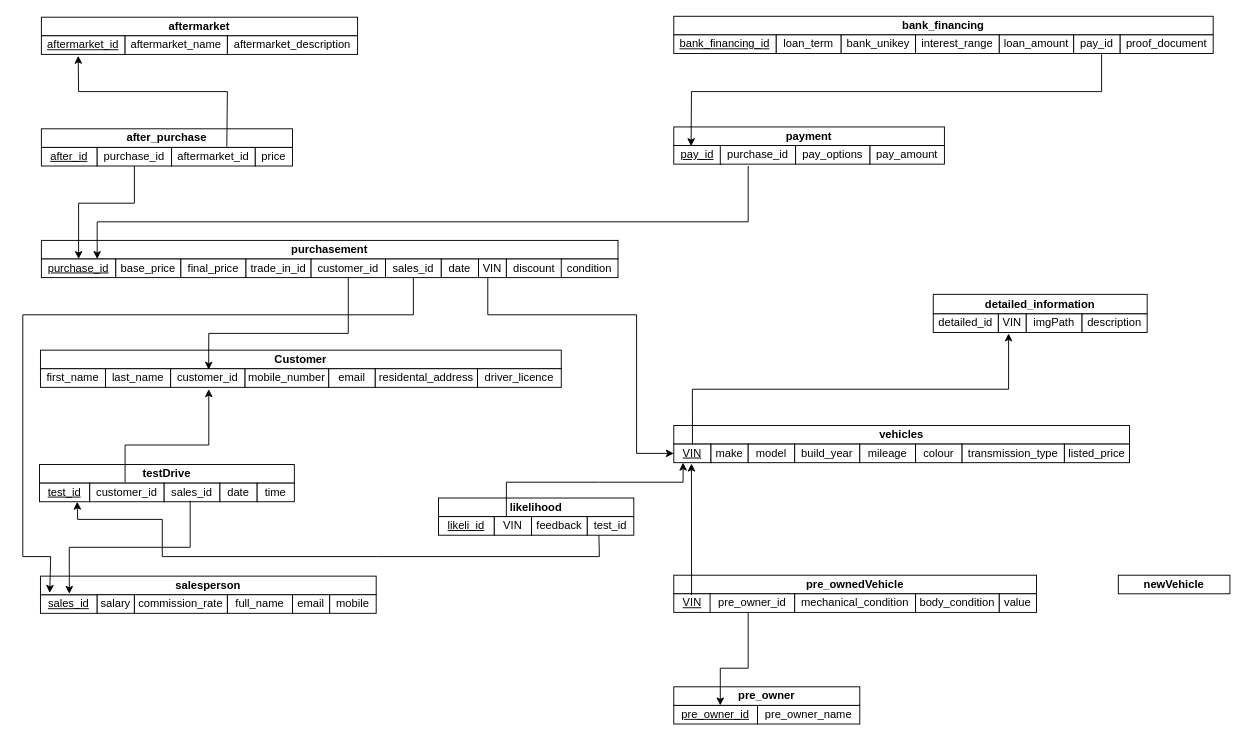
Above: 未命名绘图.drawio in Syrus-jpg/LeetCode (draw.io), before the change. Source tidied: cells renumbered, new cells numbered last; positions are measured from the earlier drawing's top-left corner, leaving out a move shared by most shapes. Both pictures are drawn from the tidied source at 93%, with x=0, y=0 at pixel (22, 16).
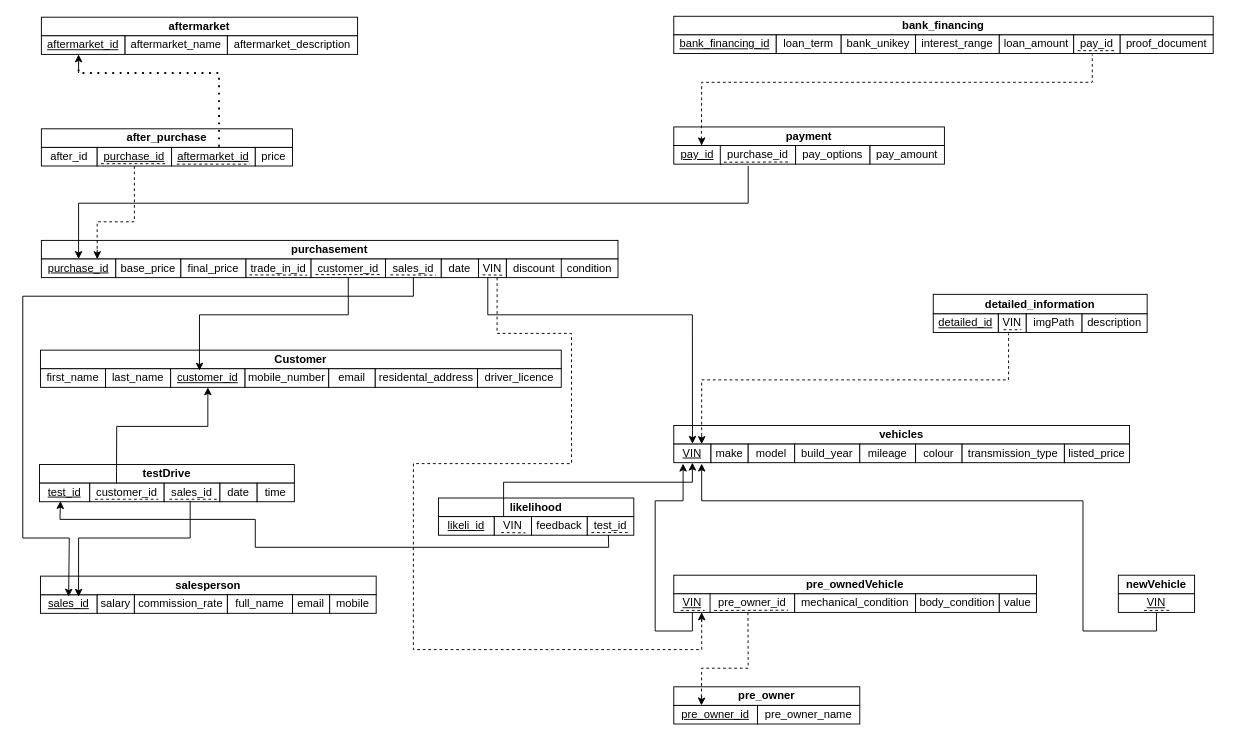
The same page after the edit.

Commit message (it also covers changes not shown here):
更新未命名绘图.drawio

The change refers to these unchanged cells:
```xml
<mxCell id="2" value="&lt;b&gt;Customer&lt;/b&gt;" style="rounded=0;whiteSpace=wrap;html=1;" parent="1" vertex="1">
<mxCell id="10" value="&lt;b&gt;testDrive&lt;/b&gt;" style="rounded=0;whiteSpace=wrap;html=1;" parent="1" vertex="1">
<mxCell id="11" value="&lt;u&gt;test_id&lt;/u&gt;" style="rounded=0;whiteSpace=wrap;html=1;" parent="1" vertex="1">
<mxCell id="12" value="customer_id" style="rounded=0;whiteSpace=wrap;html=1;" parent="1" vertex="1">
<mxCell id="13" value="sales_id" style="rounded=0;whiteSpace=wrap;html=1;" parent="1" vertex="1">
<mxCell id="16" value="&lt;u&gt;sales_id&lt;/u&gt;" style="rounded=0;whiteSpace=wrap;html=1;" parent="1" vertex="1">
<mxCell id="17" value="&lt;b&gt;salesperson&lt;/b&gt;" style="rounded=0;whiteSpace=wrap;html=1;" parent="1" vertex="1">
<mxCell id="25" value="VIN" style="rounded=0;whiteSpace=wrap;html=1;" parent="1" vertex="1">
<mxCell id="27" value="test_id" style="rounded=0;whiteSpace=wrap;html=1;" parent="1" vertex="1">
<mxCell id="28" value="&lt;b&gt;purchasement&lt;/b&gt;" style="rounded=0;whiteSpace=wrap;html=1;" parent="1" vertex="1">
<mxCell id="29" value="&lt;u&gt;purchase_id&lt;/u&gt;" style="rounded=0;whiteSpace=wrap;html=1;" parent="1" vertex="1">
<mxCell id="32" value="trade_in_id" style="rounded=0;whiteSpace=wrap;html=1;" parent="1" vertex="1">
<mxCell id="33" value="customer_id" style="rounded=0;whiteSpace=wrap;html=1;" parent="1" vertex="1">
<mxCell id="34" value="sales_id" style="rounded=0;whiteSpace=wrap;html=1;" parent="1" vertex="1">
<mxCell id="36" value="VIN" style="rounded=0;whiteSpace=wrap;html=1;" parent="1" vertex="1">
<mxCell id="45" value="&lt;u&gt;aftermarket_id&lt;/u&gt;" style="rounded=0;whiteSpace=wrap;html=1;" parent="1" vertex="1">
<mxCell id="48" value="&lt;b&gt;payment&lt;/b&gt;" style="rounded=0;whiteSpace=wrap;html=1;" parent="1" vertex="1">
<mxCell id="50" value="purchase_id" style="rounded=0;whiteSpace=wrap;html=1;" parent="1" vertex="1">
<mxCell id="53" value="&lt;b&gt;vehicles&lt;/b&gt;" style="rounded=0;whiteSpace=wrap;html=1;" parent="1" vertex="1">
<mxCell id="54" value="&lt;u&gt;VIN&lt;/u&gt;" style="rounded=0;whiteSpace=wrap;html=1;" parent="1" vertex="1">
<mxCell id="65" value="VIN" style="rounded=0;whiteSpace=wrap;html=1;" parent="1" vertex="1">
<mxCell id="73" value="pay_id" style="rounded=0;whiteSpace=wrap;html=1;" parent="1" vertex="1">
<mxCell id="76" value="&lt;b&gt;pre_ownedVehicle&lt;/b&gt;" style="rounded=0;whiteSpace=wrap;html=1;" parent="1" vertex="1">
<mxCell id="77" value="&lt;u&gt;VIN&lt;/u&gt;" style="rounded=0;whiteSpace=wrap;html=1;" parent="1" vertex="1">
<mxCell id="78" value="pre_owner_id" style="rounded=0;whiteSpace=wrap;html=1;" parent="1" vertex="1">
<mxCell id="82" value="&lt;b&gt;pre_owner&lt;/b&gt;" style="rounded=0;whiteSpace=wrap;html=1;" parent="1" vertex="1">
```

Diff of the diagram source:
```diff
@@
-    <mxCell id="5" value="customer_id" style="rounded=0;whiteSpace=wrap;html=1;" parent="1" vertex="1">
+    <mxCell id="5" value="&lt;u&gt;customer_id&lt;/u&gt;" style="rounded=0;whiteSpace=wrap;html=1;" parent="1" vertex="1">
       <mxGeometry x="159" y="379" width="80" height="20" as="geometry" />
     </mxCell>
@@
-    <mxCell id="40" value="&lt;u&gt;after_id&lt;/u&gt;" style="rounded=0;whiteSpace=wrap;html=1;" parent="1" vertex="1">
+    <mxCell id="40" value="after_id" style="rounded=0;whiteSpace=wrap;html=1;" parent="1" vertex="1">
       <mxGeometry x="20" y="141" width="60" height="20" as="geometry" />
     </mxCell>
-    <mxCell id="41" value="purchase_id" style="rounded=0;whiteSpace=wrap;html=1;" parent="1" vertex="1">
+    <mxCell id="41" value="&lt;u&gt;purchase_id&lt;/u&gt;" style="rounded=0;whiteSpace=wrap;html=1;" parent="1" vertex="1">
       <mxGeometry x="80" y="141" width="80" height="20" as="geometry" />
     </mxCell>
-    <mxCell id="42" value="aftermarket_id" style="rounded=0;whiteSpace=wrap;html=1;" parent="1" vertex="1">
+    <mxCell id="42" value="&lt;u&gt;aftermarket_id&lt;/u&gt;" style="rounded=0;whiteSpace=wrap;html=1;" parent="1" vertex="1">
       <mxGeometry x="160" y="141" width="90" height="20" as="geometry" />
     </mxCell>
@@
-    <mxCell id="64" value="detailed_id" style="rounded=0;whiteSpace=wrap;html=1;" parent="1" vertex="1">
+    <mxCell id="64" value="&lt;u&gt;detailed_id&lt;/u&gt;" style="rounded=0;whiteSpace=wrap;html=1;" parent="1" vertex="1">
       <mxGeometry x="979" y="320" width="70" height="20" as="geometry" />
     </mxCell>
@@
     <mxCell id="85" value="&lt;b&gt;newVehicle&lt;/b&gt;" style="rounded=0;whiteSpace=wrap;html=1;" parent="1" vertex="1">
-      <mxGeometry x="1178" y="601" width="120" height="20" as="geometry" />
+      <mxGeometry x="1178" y="601" width="82" height="20" as="geometry" />
     </mxCell>
-    <mxCell id="86" style="endArrow=classic;html=1;rounded=0;" parent="1" edge="1">
-      <mxGeometry relative="1" as="geometry">
-        <mxPoint x="110" y="501" as="sourcePoint" />
-        <mxPoint x="200" y="401" as="targetPoint" />
-        <Array as="points">
-          <mxPoint x="110" y="461" />
-          <mxPoint x="200" y="461" />
-        </Array>
-      </mxGeometry>
-    </mxCell>
-    <mxCell id="87" style="endArrow=classic;html=1;rounded=0;" parent="1" edge="1">
-      <mxGeometry relative="1" as="geometry">
-        <mxPoint x="180" y="521" as="sourcePoint" />
-        <mxPoint x="50" y="621" as="targetPoint" />
-        <Array as="points">
-          <mxPoint x="180" y="571" />
-          <mxPoint x="50" y="571" />
-        </Array>
-      </mxGeometry>
-    </mxCell>
+    <mxCell id="100" value="&lt;u&gt;VIN&lt;/u&gt;" style="rounded=0;whiteSpace=wrap;html=1;" parent="1" vertex="1">
+      <mxGeometry x="1178" y="621" width="82" height="20" as="geometry" />
+    </mxCell>
+    <mxCell id="101" style="endArrow=none;dashed=1;html=1;rounded=0;exitX=0.052;exitY=0.875;exitDx=0;exitDy=0;exitPerimeter=0;entryX=0.919;entryY=0.875;entryDx=0;entryDy=0;entryPerimeter=0;" parent="1" edge="1" source="41" target="41">
+      <mxGeometry relative="1" as="geometry" />
+    </mxCell>
+    <mxCell id="102" style="endArrow=none;dashed=1;html=1;rounded=0;exitX=0.049;exitY=0.896;exitDx=0;exitDy=0;exitPerimeter=0;entryX=0.921;entryY=0.881;entryDx=0;entryDy=0;entryPerimeter=0;" parent="1" edge="1" source="78" target="78">
+      <mxGeometry relative="1" as="geometry" />
+    </mxCell>
+    <mxCell id="103" style="endArrow=none;dashed=1;html=1;rounded=0;exitX=0.186;exitY=0.893;exitDx=0;exitDy=0;exitPerimeter=0;entryX=0.828;entryY=0.893;entryDx=0;entryDy=0;entryPerimeter=0;" parent="1" edge="1" source="77" target="77">
+      <mxGeometry relative="1" as="geometry" />
+    </mxCell>
+    <mxCell id="104" style="endArrow=none;dashed=1;html=1;rounded=0;entryX=0.674;entryY=0.886;entryDx=0;entryDy=0;entryPerimeter=0;exitX=0.338;exitY=0.9;exitDx=0;exitDy=0;exitPerimeter=0;" parent="1" edge="1" source="100" target="100">
+      <mxGeometry relative="1" as="geometry" />
+    </mxCell>
+    <mxCell id="105" style="endArrow=none;dashed=1;html=1;rounded=0;exitX=0.184;exitY=0.853;exitDx=0;exitDy=0;exitPerimeter=0;entryX=0.824;entryY=0.853;entryDx=0;entryDy=0;entryPerimeter=0;" parent="1" edge="1" source="65" target="65">
+      <mxGeometry relative="1" as="geometry" />
+    </mxCell>
+    <mxCell id="106" style="endArrow=none;dashed=1;html=1;rounded=0;exitX=0.059;exitY=0.838;exitDx=0;exitDy=0;exitPerimeter=0;entryX=0.922;entryY=0.838;entryDx=0;entryDy=0;entryPerimeter=0;" parent="1" edge="1" source="33" target="33">
+      <mxGeometry relative="1" as="geometry" />
+    </mxCell>
+    <mxCell id="107" style="endArrow=none;dashed=1;html=1;rounded=0;exitX=0.089;exitY=0.854;exitDx=0;exitDy=0;exitPerimeter=0;entryX=0.9;entryY=0.868;entryDx=0;entryDy=0;entryPerimeter=0;" parent="1" edge="1" source="34" target="34">
+      <mxGeometry relative="1" as="geometry" />
+    </mxCell>
+    <mxCell id="108" style="endArrow=none;dashed=1;html=1;rounded=0;exitX=0.148;exitY=0.854;exitDx=0;exitDy=0;exitPerimeter=0;entryX=0.854;entryY=0.868;entryDx=0;entryDy=0;entryPerimeter=0;" parent="1" edge="1" source="36" target="36">
+      <mxGeometry relative="1" as="geometry" />
+    </mxCell>
+    <mxCell id="109" style="endArrow=none;dashed=1;html=1;rounded=0;exitX=0.053;exitY=0.854;exitDx=0;exitDy=0;exitPerimeter=0;entryX=0.939;entryY=0.868;entryDx=0;entryDy=0;entryPerimeter=0;" parent="1" edge="1" source="32" target="32">
+      <mxGeometry relative="1" as="geometry" />
+    </mxCell>
+    <mxCell id="110" style="endArrow=none;dashed=1;html=1;rounded=0;exitX=0.048;exitY=0.895;exitDx=0;exitDy=0;exitPerimeter=0;entryX=0.92;entryY=0.884;entryDx=0;entryDy=0;entryPerimeter=0;" parent="1" edge="1" source="50" target="50">
+      <mxGeometry relative="1" as="geometry" />
+    </mxCell>
+    <mxCell id="111" style="endArrow=none;dashed=1;html=1;rounded=0;exitX=0.087;exitY=0.85;exitDx=0;exitDy=0;exitPerimeter=0;" parent="1" edge="1" source="73">
+      <mxGeometry relative="1" as="geometry">
+        <mxPoint x="1176" y="37" as="targetPoint" />
+      </mxGeometry>
+    </mxCell>
+    <mxCell id="112" style="endArrow=none;dashed=1;html=1;rounded=0;exitX=0.07;exitY=0.866;exitDx=0;exitDy=0;exitPerimeter=0;entryX=0.921;entryY=0.866;entryDx=0;entryDy=0;entryPerimeter=0;" parent="1" edge="1" source="12" target="12">
+      <mxGeometry relative="1" as="geometry" />
+    </mxCell>
+    <mxCell id="113" style="endArrow=none;dashed=1;html=1;rounded=0;exitX=0.093;exitY=0.866;exitDx=0;exitDy=0;exitPerimeter=0;entryX=0.948;entryY=0.866;entryDx=0;entryDy=0;entryPerimeter=0;" parent="1" edge="1" source="13" target="13">
+      <mxGeometry relative="1" as="geometry" />
+    </mxCell>
+    <mxCell id="114" style="endArrow=none;dashed=1;html=1;rounded=0;entryX=0.837;entryY=0.873;entryDx=0;entryDy=0;entryPerimeter=0;exitX=0.185;exitY=0.858;exitDx=0;exitDy=0;exitPerimeter=0;" parent="1" edge="1" source="25" target="25">
+      <mxGeometry relative="1" as="geometry" />
+    </mxCell>
+    <mxCell id="115" style="endArrow=none;dashed=1;html=1;rounded=0;exitX=0.089;exitY=0.856;exitDx=0;exitDy=0;exitPerimeter=0;entryX=0.908;entryY=0.856;entryDx=0;entryDy=0;entryPerimeter=0;" parent="1" edge="1" source="27" target="27">
+      <mxGeometry relative="1" as="geometry" />
+    </mxCell>
+    <mxCell id="116" style="endArrow=classic;html=1;rounded=0;exitX=0.5;exitY=1;exitDx=0;exitDy=0;" parent="1" edge="1" source="33">
+      <mxGeometry relative="1" as="geometry">
+        <mxPoint x="190" y="381" as="targetPoint" />
+        <Array as="points">
+          <mxPoint x="350" y="321" />
+          <mxPoint x="190" y="321" />
+        </Array>
+      </mxGeometry>
+    </mxCell>
+    <mxCell id="117" style="endArrow=classic;html=1;rounded=0;entryX=0.084;entryY=1.102;entryDx=0;entryDy=0;entryPerimeter=0;" parent="1" edge="1" target="17">
+      <mxGeometry relative="1" as="geometry">
+        <mxPoint x="420" y="281" as="sourcePoint" />
+        <Array as="points">
+          <mxPoint x="420" y="301" />
+          <mxPoint y="301" />
+          <mxPoint y="561" />
+          <mxPoint x="50" y="561" />
+        </Array>
+      </mxGeometry>
+    </mxCell>
+    <mxCell id="118" style="endArrow=classic;html=1;rounded=0;entryX=0.041;entryY=0.985;entryDx=0;entryDy=0;entryPerimeter=0;" parent="1" edge="1" target="53">
+      <mxGeometry relative="1" as="geometry">
+        <mxPoint x="500" y="281" as="sourcePoint" />
+        <Array as="points">
+          <mxPoint x="500" y="321" />
+          <mxPoint x="720" y="321" />
+        </Array>
+      </mxGeometry>
+    </mxCell>
+    <mxCell id="119" style="endArrow=classic;html=1;rounded=0;" parent="1" edge="1">
+      <mxGeometry relative="1" as="geometry">
+        <mxPoint x="780" y="161" as="sourcePoint" />
+        <mxPoint x="60" y="261" as="targetPoint" />
+        <Array as="points">
+          <mxPoint x="780" y="201" />
+          <mxPoint x="60" y="201" />
+        </Array>
+      </mxGeometry>
+    </mxCell>
+    <mxCell id="120" style="endArrow=classic;html=1;rounded=0;exitX=0.302;exitY=1.015;exitDx=0;exitDy=0;exitPerimeter=0;entryX=0.5;entryY=1;entryDx=0;entryDy=0;" parent="1" edge="1" source="10" target="5">
+      <mxGeometry relative="1" as="geometry">
+        <Array as="points">
+          <mxPoint x="101" y="441" />
+          <mxPoint x="199" y="441" />
+        </Array>
+      </mxGeometry>
+    </mxCell>
+    <mxCell id="121" style="endArrow=classic;html=1;rounded=0;entryX=0.672;entryY=0.109;entryDx=0;entryDy=0;entryPerimeter=0;" parent="1" edge="1" target="16">
+      <mxGeometry relative="1" as="geometry">
+        <mxPoint x="180" y="521" as="sourcePoint" />
+        <Array as="points">
+          <mxPoint x="180" y="561" />
+          <mxPoint x="60" y="561" />
+        </Array>
+      </mxGeometry>
+    </mxCell>
-    <mxCell id="88" style="endArrow=classic;html=1;rounded=0;exitX=0.25;exitY=1;exitDx=0;exitDy=0;entryX=0.75;entryY=1;entryDx=0;entryDy=0;" parent="1" edge="1" source="27" target="11">
+    <mxCell id="88" style="endArrow=classic;html=1;rounded=0;entryX=0.417;entryY=0.963;entryDx=0;entryDy=0;entryPerimeter=0;exitX=0.454;exitY=0.991;exitDx=0;exitDy=0;exitPerimeter=0;" parent="1" edge="1" source="27" target="11">
       <mxGeometry relative="1" as="geometry">
         <Array as="points">
-          <mxPoint x="620" y="581" />
-          <mxPoint x="380" y="581" />
-          <mxPoint x="150" y="581" />
-          <mxPoint x="150" y="541" />
-          <mxPoint x="59" y="541" />
+          <mxPoint x="630" y="571" />
+          <mxPoint x="250" y="571" />
+          <mxPoint x="250" y="541" />
+          <mxPoint x="40" y="541" />
         </Array>
       </mxGeometry>
     </mxCell>
-    <mxCell id="89" style="endArrow=classic;html=1;rounded=0;exitX=0.5;exitY=0;exitDx=0;exitDy=0;entryX=0.25;entryY=1;entryDx=0;entryDy=0;" parent="1" edge="1" target="54">
-      <mxGeometry relative="1" as="geometry">
-        <mxPoint x="520" y="538" as="sourcePoint" />
-        <Array as="points">
-          <mxPoint x="520" y="501" />
-          <mxPoint x="620" y="501" />
-          <mxPoint x="710" y="501" />
-        </Array>
-      </mxGeometry>
-    </mxCell>
-    <mxCell id="90" style="endArrow=classic;html=1;rounded=0;exitX=0.041;exitY=1.027;exitDx=0;exitDy=0;exitPerimeter=0;" parent="1" edge="1" source="53">
-      <mxGeometry relative="1" as="geometry">
-        <mxPoint x="1060" y="341" as="targetPoint" />
-        <Array as="points">
-          <mxPoint x="720" y="401" />
-          <mxPoint x="1060" y="401" />
-        </Array>
-      </mxGeometry>
-    </mxCell>
-    <mxCell id="91" style="endArrow=classic;html=1;rounded=0;exitX=0.049;exitY=1.068;exitDx=0;exitDy=0;exitPerimeter=0;" parent="1" edge="1" source="76">
-      <mxGeometry relative="1" as="geometry">
-        <mxPoint x="719" y="481" as="targetPoint" />
-      </mxGeometry>
-    </mxCell>
-    <mxCell id="92" style="endArrow=classic;html=1;rounded=0;entryX=0.25;entryY=1;entryDx=0;entryDy=0;" parent="1" edge="1" target="82">
-      <mxGeometry relative="1" as="geometry">
-        <mxPoint x="780" y="641" as="sourcePoint" />
-        <Array as="points">
-          <mxPoint x="780" y="701" />
-          <mxPoint x="750" y="701" />
-        </Array>
-      </mxGeometry>
-    </mxCell>
-    <mxCell id="93" style="endArrow=classic;html=1;rounded=0;exitX=0.5;exitY=1;exitDx=0;exitDy=0;entryX=0.323;entryY=1.05;entryDx=0;entryDy=0;entryPerimeter=0;" parent="1" edge="1" source="33" target="2">
-      <mxGeometry relative="1" as="geometry">
-        <Array as="points">
-          <mxPoint x="350" y="341" />
-          <mxPoint x="200" y="341" />
-        </Array>
-      </mxGeometry>
-    </mxCell>
-    <mxCell id="94" style="endArrow=classic;html=1;rounded=0;exitX=0.5;exitY=1;exitDx=0;exitDy=0;" parent="1" edge="1" source="34">
-      <mxGeometry relative="1" as="geometry">
-        <mxPoint x="29" y="620" as="targetPoint" />
-        <Array as="points">
-          <mxPoint x="420" y="321" />
-          <mxPoint y="321" />
-          <mxPoint y="581" />
-          <mxPoint x="30" y="581" />
-        </Array>
-      </mxGeometry>
-    </mxCell>
-    <mxCell id="95" style="endArrow=classic;html=1;rounded=0;entryX=0;entryY=0.5;entryDx=0;entryDy=0;" parent="1" edge="1" target="54">
-      <mxGeometry relative="1" as="geometry">
-        <mxPoint x="500" y="281" as="sourcePoint" />
-        <Array as="points">
-          <mxPoint x="500" y="321" />
-          <mxPoint x="660" y="321" />
-          <mxPoint x="660" y="470" />
-        </Array>
-      </mxGeometry>
-    </mxCell>
-    <mxCell id="96" style="endArrow=classic;html=1;rounded=0;exitX=0.5;exitY=1;exitDx=0;exitDy=0;" parent="1" edge="1" source="41">
-      <mxGeometry relative="1" as="geometry">
-        <mxPoint x="60" y="261" as="targetPoint" />
-        <Array as="points">
-          <mxPoint x="120" y="201" />
-          <mxPoint x="60" y="201" />
-        </Array>
-      </mxGeometry>
-    </mxCell>
-    <mxCell id="97" style="endArrow=classic;html=1;rounded=0;exitX=0.66;exitY=-0.043;exitDx=0;exitDy=0;exitPerimeter=0;entryX=0.44;entryY=1.076;entryDx=0;entryDy=0;entryPerimeter=0;" parent="1" edge="1" source="42" target="45">
-      <mxGeometry relative="1" as="geometry">
-        <Array as="points">
-          <mxPoint x="220" y="81" />
-          <mxPoint x="60" y="81" />
-        </Array>
-      </mxGeometry>
-    </mxCell>
-    <mxCell id="98" style="endArrow=classic;html=1;rounded=0;entryX=0.75;entryY=0;entryDx=0;entryDy=0;" parent="1" edge="1" target="29">
-      <mxGeometry relative="1" as="geometry">
-        <mxPoint x="780" y="161" as="sourcePoint" />
-        <Array as="points">
-          <mxPoint x="780" y="221" />
-          <mxPoint x="80" y="221" />
-        </Array>
-      </mxGeometry>
-    </mxCell>
-    <mxCell id="99" style="endArrow=classic;html=1;rounded=0;entryX=0.064;entryY=1.032;entryDx=0;entryDy=0;entryPerimeter=0;" parent="1" edge="1" target="48">
-      <mxGeometry relative="1" as="geometry">
-        <mxPoint x="1160" y="41" as="sourcePoint" />
-        <Array as="points">
-          <mxPoint x="1160" y="81" />
-          <mxPoint x="719" y="81" />
-        </Array>
-      </mxGeometry>
-    </mxCell>
+    <mxCell id="122" style="endArrow=classic;html=1;rounded=0;exitX=0.25;exitY=0;exitDx=0;exitDy=0;entryX=0.5;entryY=1;entryDx=0;entryDy=0;" parent="1" edge="1" source="25" target="54">
+      <mxGeometry relative="1" as="geometry">
+        <Array as="points">
+          <mxPoint x="517" y="501" />
+          <mxPoint x="720" y="501" />
+        </Array>
+      </mxGeometry>
+    </mxCell>
+    <mxCell id="123" style="endArrow=classic;html=1;rounded=0;exitX=0.5;exitY=1;exitDx=0;exitDy=0;" parent="1" edge="1" source="100">
+      <mxGeometry relative="1" as="geometry">
+        <mxPoint x="730" y="481" as="targetPoint" />
+        <Array as="points">
+          <mxPoint x="1219" y="661" />
+          <mxPoint x="1140" y="661" />
+          <mxPoint x="1140" y="521" />
+          <mxPoint x="730" y="521" />
+        </Array>
+      </mxGeometry>
+    </mxCell>
+    <mxCell id="124" style="endArrow=classic;html=1;rounded=0;exitX=0.5;exitY=1;exitDx=0;exitDy=0;" parent="1" edge="1" source="77">
+      <mxGeometry relative="1" as="geometry">
+        <mxPoint x="710" y="481" as="targetPoint" />
+        <Array as="points">
+          <mxPoint x="720" y="661" />
+          <mxPoint x="680" y="661" />
+          <mxPoint x="680" y="521" />
+          <mxPoint x="710" y="521" />
+        </Array>
+      </mxGeometry>
+    </mxCell>
+    <mxCell id="125" style="endArrow=none;dashed=1;html=1;rounded=0;" parent="1" edge="1">
+      <mxGeometry relative="1" as="geometry">
+        <mxPoint x="510" y="281" as="sourcePoint" />
+        <mxPoint x="730" y="641" as="targetPoint" />
+        <Array as="points">
+          <mxPoint x="510" y="341" />
+          <mxPoint x="590" y="341" />
+          <mxPoint x="590" y="481" />
+          <mxPoint x="510" y="481" />
+          <mxPoint x="420" y="481" />
+          <mxPoint x="420" y="681" />
+          <mxPoint x="730" y="681" />
+        </Array>
+      </mxGeometry>
+    </mxCell>
+    <mxCell id="126" style="endArrow=classic;html=1;rounded=0;" parent="1" edge="1">
+      <mxGeometry relative="1" as="geometry">
+        <mxPoint x="730" y="651" as="sourcePoint" />
+        <mxPoint x="730" y="641" as="targetPoint" />
+      </mxGeometry>
+    </mxCell>
+    <mxCell id="127" style="endArrow=none;dashed=1;html=1;rounded=0;" parent="1" edge="1">
+      <mxGeometry relative="1" as="geometry">
+        <mxPoint x="120" y="161" as="sourcePoint" />
+        <mxPoint x="80" y="260" as="targetPoint" />
+        <Array as="points">
+          <mxPoint x="120" y="221" />
+          <mxPoint x="80" y="221" />
+        </Array>
+      </mxGeometry>
+    </mxCell>
+    <mxCell id="128" style="endArrow=classic;html=1;rounded=0;entryX=0.097;entryY=1.008;entryDx=0;entryDy=0;entryPerimeter=0;" parent="1" edge="1" target="28">
+      <mxGeometry relative="1" as="geometry">
+        <mxPoint x="80" y="251" as="sourcePoint" />
+      </mxGeometry>
+    </mxCell>
+    <mxCell id="129" style="endArrow=none;dashed=1;html=1;rounded=0;exitX=0.062;exitY=0.898;exitDx=0;exitDy=0;exitPerimeter=0;" parent="1" edge="1" source="42">
+      <mxGeometry relative="1" as="geometry">
+        <mxPoint x="244" y="159" as="targetPoint" />
+      </mxGeometry>
+    </mxCell>
+    <mxCell id="130" style="endArrow=none;dashed=1;html=1;dashPattern=1 3;strokeWidth=2;rounded=0;exitX=0.567;exitY=-0.039;exitDx=0;exitDy=0;exitPerimeter=0;" parent="1" edge="1" source="42">
+      <mxGeometry relative="1" as="geometry">
+        <mxPoint x="60" y="51" as="targetPoint" />
+        <Array as="points">
+          <mxPoint x="211" y="61" />
+          <mxPoint x="60" y="61" />
+        </Array>
+      </mxGeometry>
+    </mxCell>
+    <mxCell id="131" style="endArrow=classic;html=1;rounded=0;" parent="1" edge="1">
+      <mxGeometry relative="1" as="geometry">
+        <mxPoint x="60" y="61" as="sourcePoint" />
+        <mxPoint x="60" y="41" as="targetPoint" />
+      </mxGeometry>
+    </mxCell>
+    <mxCell id="132" style="endArrow=none;dashed=1;html=1;rounded=0;exitX=0.102;exitY=0.962;exitDx=0;exitDy=0;exitPerimeter=0;" parent="1" edge="1" source="48">
+      <mxGeometry relative="1" as="geometry">
+        <mxPoint x="1150" y="41" as="targetPoint" />
+        <Array as="points">
+          <mxPoint x="730" y="71" />
+          <mxPoint x="1150" y="71" />
+        </Array>
+      </mxGeometry>
+    </mxCell>
+    <mxCell id="133" style="endArrow=classic;html=1;rounded=0;entryX=0.103;entryY=0.991;entryDx=0;entryDy=0;entryPerimeter=0;" parent="1" edge="1" target="48">
+      <mxGeometry relative="1" as="geometry">
+        <mxPoint x="730" y="131" as="sourcePoint" />
+      </mxGeometry>
+    </mxCell>
+    <mxCell id="134" style="endArrow=none;dashed=1;html=1;rounded=0;" parent="1" edge="1">
+      <mxGeometry relative="1" as="geometry">
+        <mxPoint x="730" y="451" as="sourcePoint" />
+        <mxPoint x="1060" y="341" as="targetPoint" />
+        <Array as="points">
+          <mxPoint x="730" y="391" />
+          <mxPoint x="1060" y="391" />
+        </Array>
+      </mxGeometry>
+    </mxCell>
+    <mxCell id="135" style="endArrow=classic;html=1;rounded=0;entryX=0.75;entryY=0;entryDx=0;entryDy=0;" parent="1" edge="1" target="54">
+      <mxGeometry relative="1" as="geometry">
+        <mxPoint x="730" y="451" as="sourcePoint" />
+      </mxGeometry>
+    </mxCell>
+    <mxCell id="136" style="endArrow=none;dashed=1;html=1;rounded=0;exitX=0.448;exitY=1;exitDx=0;exitDy=0;exitPerimeter=0;entryX=0.148;entryY=1.028;entryDx=0;entryDy=0;entryPerimeter=0;" parent="1" edge="1" source="78" target="82">
+      <mxGeometry relative="1" as="geometry">
+        <Array as="points">
+          <mxPoint x="780" y="701" />
+          <mxPoint x="730" y="701" />
+        </Array>
+      </mxGeometry>
+    </mxCell>
+    <mxCell id="137" style="endArrow=classic;html=1;rounded=0;entryX=0.33;entryY=0.039;entryDx=0;entryDy=0;entryPerimeter=0;" parent="1" edge="1">
+      <mxGeometry relative="1" as="geometry">
+        <mxPoint x="730" y="731" as="sourcePoint" />
+        <mxPoint x="729.7" y="741" as="targetPoint" />
+      </mxGeometry>
+    </mxCell>
```
